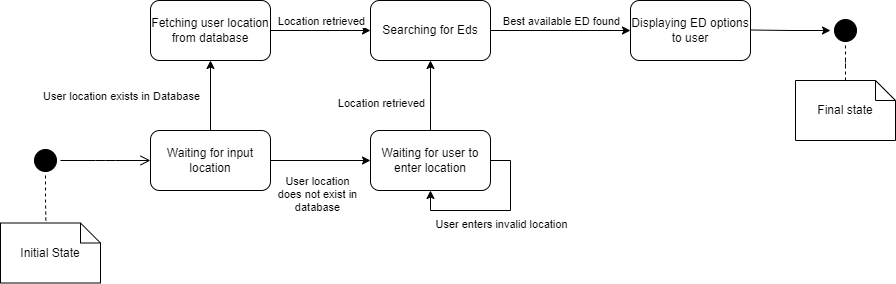
Earlier version of the draw.io export diagrams/ED_Services_SD.drawio.png (uvic-teach/project-m1-team6). Source tidied: cells renumbered, new cells last; positions are measured from the earlier drawing's top-left corner, leaving out a move shared by most shapes.
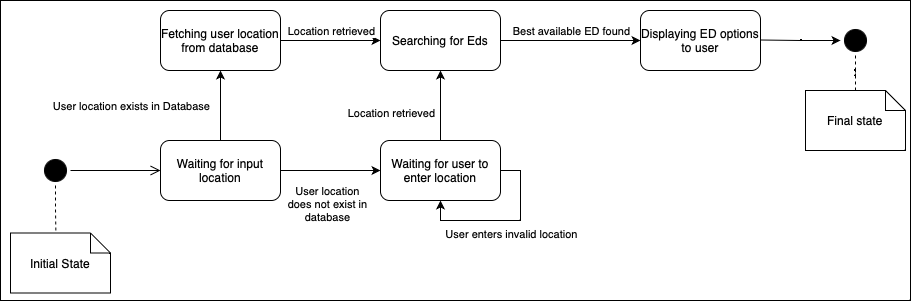
Above is the later version.

What changed in the source:
```diff
@@ -2,6 +2,9 @@
   <root>
     <mxCell id="0" />
     <mxCell id="1" parent="0" />
+    <mxCell id="27" style="rounded=0;whiteSpace=wrap;html=1;" parent="1" vertex="1">
+      <mxGeometry x="-10" y="-10" width="910" height="300" as="geometry" />
+    </mxCell>
     <mxCell id="2" style="ellipse;html=1;shape=startState;fillColor=#000000;strokeColor=#000000;rounded=1;shadow=0;comic=0;labelBackgroundColor=none;fontFamily=Verdana;fontSize=12;fontColor=#000000;align=center;direction=south;" parent="1" vertex="1">
       <mxGeometry x="30" y="145" width="30" height="30" as="geometry" />
     </mxCell>
```
